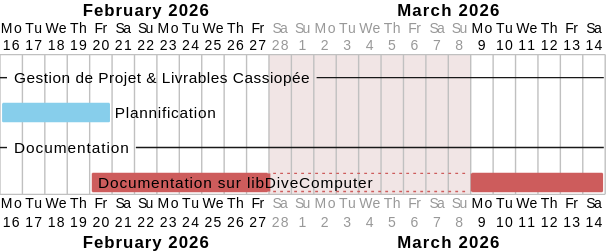
Above: plant-uml-out/gantt/GanttChart.svg in AntoFruch/Cassiopee-SubSurface (PlantUML), before the change. Its diagram source:
```plantuml
@startgantt GanttChart
Project starts 2026-02-16


    2026-02-28 to 2026-03-8 is closed





-- Gestion de Projet & Livrables Cassiopée--
[Plannification] requires 5 days and is colored in SkyBlue

-- Documentation --
[Documentation sur libDiveComputer] requires 2 weeks and is colored in IndianRed




[Plannification] starts at 2026-02-16
[Documentation sur libDiveComputer] starts at 2026-02-20

@endgantt
```
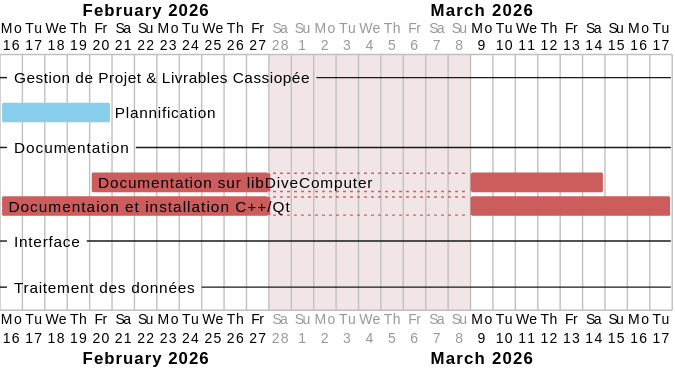
After the commit.

What changed in the source:
```diff
@@ -13,11 +13,18 @@
 
 -- Documentation --
 [Documentation sur libDiveComputer] requires 2 weeks and is colored in IndianRed
+[Documentaion et installation C++/Qt] requires 3 weeks and is colored in IndianRed
+
+-- Interface --
+
+-- Traitement des données --
 
 
 
 
 [Plannification] starts at 2026-02-16
+
 [Documentation sur libDiveComputer] starts at 2026-02-20
+[Documentaion et installation C++/Qt] starts at 2026-02-16
 
 @endgantt
```
